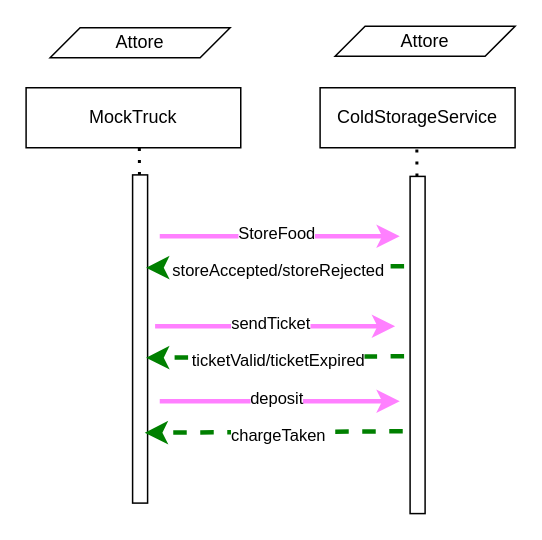
The draw.io diagram Sprint1/unibo.mocktruck/MyUserDocs/resources/draw/interactionChartMockTruck.drawio in LEOB3TA/ColdStorageService-Project, before the edit. Source tidied: cells renumbered, new cells numbered last; positions are measured from the earlier drawing's top-left corner, leaving out a move shared by most shapes. Both pictures are drawn from the tidied source at 150%, with x=0, y=0 at pixel (-24, 26).
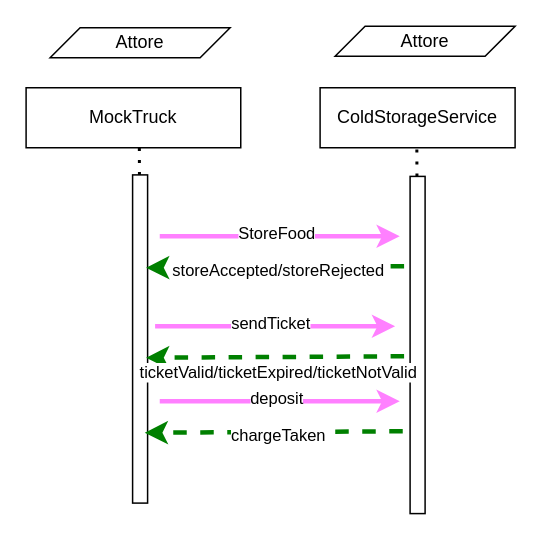
After the change.

Unchanged cells that the change refers to:
```xml
<mxCell id="16" style="endArrow=classic;html=1;rounded=0;entryX=0.555;entryY=-0.066;entryDx=0;entryDy=0;fillColor=#e6d0de;gradientColor=#d5739d;strokeColor=#008000;strokeWidth=3;jumpSize=5;startSize=0;entryPerimeter=0;dashed=1;" parent="1" edge="1">
  <mxGeometry relative="1" as="geometry">
    <mxPoint x="284.9" y="220" as="sourcePoint" />
    <mxPoint x="112.9" y="221" as="targetPoint" />
  </mxGeometry>
</mxCell>
```

Change to the diagram source:
```diff
@@
-    <mxCell id="17" value="ticketValid/ticketExpired" style="edgeLabel;html=1;align=center;verticalAlign=middle;" parent="16" vertex="1">
-      <mxGeometry x="-0.02" y="2" relative="1" as="geometry" />
+    <mxCell id="17" value="ticketValid/ticketExpired/ticketNotValid" style="edgeLabel;html=1;align=center;verticalAlign=middle;" parent="16" vertex="1">
+      <mxGeometry x="-0.02" y="2" relative="1" as="geometry">
+        <mxPoint y="8" as="offset" />
+      </mxGeometry>
     </mxCell>
```
